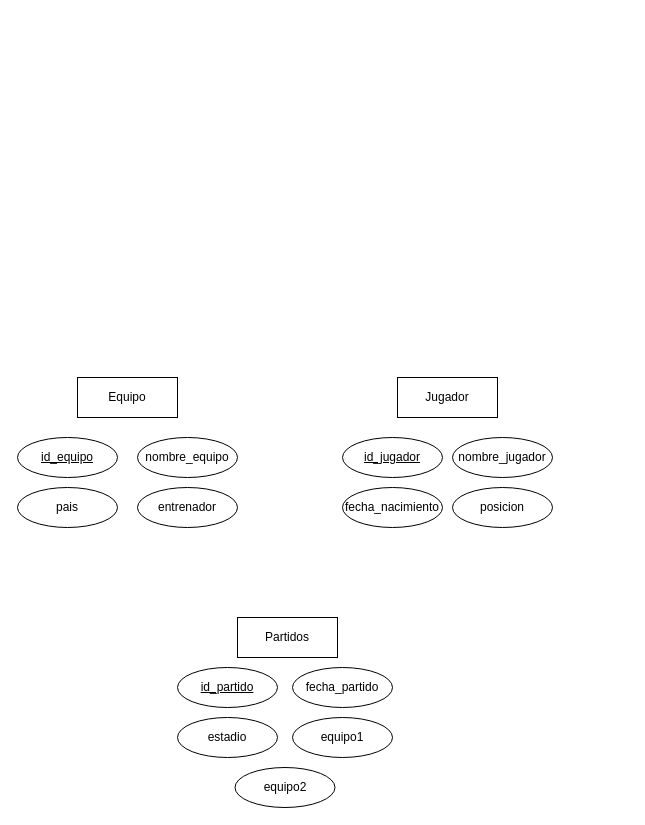
adriii28/amr-tsys-C3U12-11102023 keeps this draw.io diagram as ej10.drawio. Above is the earlier version. Source tidied: cells renumbered, new cells numbered last; positions are measured from the earlier drawing's top-left corner, leaving out a move shared by most shapes. Both pictures are drawn from the tidied source at 100%, with x=0, y=0 at pixel (17, 377).
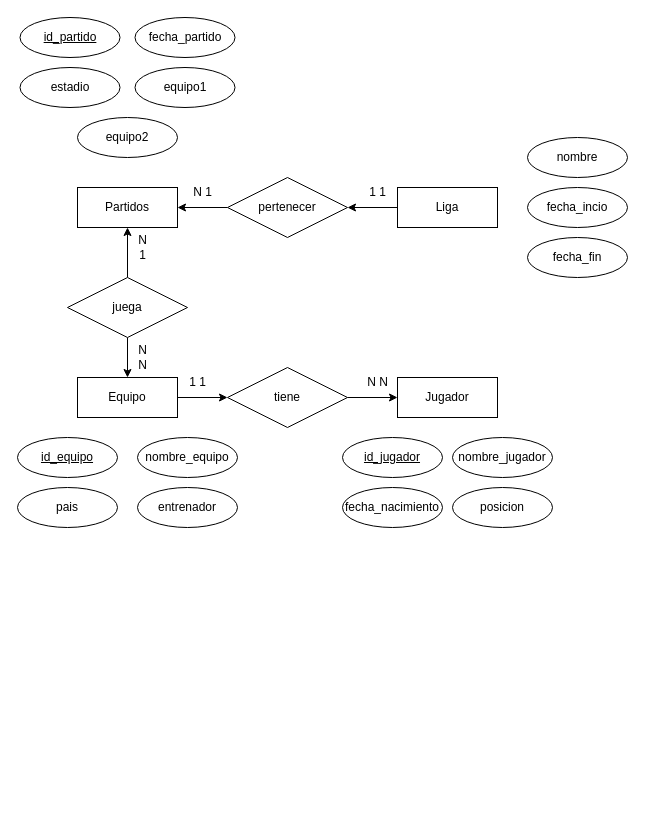
The same diagram, later.

Unchanged cells that the change refers to:
```xml
<mxCell id="2" value="Equipo" style="whiteSpace=wrap;html=1;align=center;" parent="1" vertex="1">
  <mxGeometry x="60" width="100" height="40" as="geometry" />
</mxCell>
<mxCell id="3" value="Jugador" style="whiteSpace=wrap;html=1;align=center;" parent="1" vertex="1">
  <mxGeometry x="380" width="100" height="40" as="geometry" />
</mxCell>
```

Diff of the diagram source:
```diff
@@
+    <mxCell id="18" style="edgeStyle=orthogonalEdgeStyle;rounded=0;jettySize=auto;html=1;entryX=0;entryY=0.5;entryDx=0;entryDy=0;" parent="1" edge="1" source="2" target="20">
+      <mxGeometry relative="1" as="geometry" />
+    </mxCell>
@@
     <mxCell id="4" value="Partidos" style="whiteSpace=wrap;html=1;align=center;" parent="1" vertex="1">
-      <mxGeometry x="220" y="240" width="100" height="40" as="geometry" />
+      <mxGeometry x="60" y="-190" width="100" height="40" as="geometry" />
     </mxCell>
@@
     <mxCell id="13" value="id_partido" style="ellipse;whiteSpace=wrap;html=1;align=center;fontStyle=4;" parent="1" vertex="1">
-      <mxGeometry x="160" y="290" width="100" height="40" as="geometry" />
+      <mxGeometry x="2.5" y="-360" width="100" height="40" as="geometry" />
     </mxCell>
     <mxCell id="14" value="fecha_partido" style="ellipse;whiteSpace=wrap;html=1;align=center;" parent="1" vertex="1">
-      <mxGeometry x="275" y="290" width="100" height="40" as="geometry" />
+      <mxGeometry x="117.5" y="-360" width="100" height="40" as="geometry" />
     </mxCell>
     <mxCell id="15" value="estadio" style="ellipse;whiteSpace=wrap;html=1;align=center;" parent="1" vertex="1">
-      <mxGeometry x="160" y="340" width="100" height="40" as="geometry" />
+      <mxGeometry x="2.5" y="-310" width="100" height="40" as="geometry" />
     </mxCell>
     <mxCell id="16" value="equipo1" style="ellipse;whiteSpace=wrap;html=1;align=center;" parent="1" vertex="1">
-      <mxGeometry x="275" y="340" width="100" height="40" as="geometry" />
+      <mxGeometry x="117.5" y="-310" width="100" height="40" as="geometry" />
     </mxCell>
     <mxCell id="17" value="equipo2" style="ellipse;whiteSpace=wrap;html=1;align=center;" parent="1" vertex="1">
-      <mxGeometry x="217.5" y="390" width="100" height="40" as="geometry" />
+      <mxGeometry x="60" y="-260" width="100" height="40" as="geometry" />
     </mxCell>
+    <mxCell id="19" style="edgeStyle=orthogonalEdgeStyle;rounded=0;jettySize=auto;html=1;" parent="1" edge="1" source="20" target="3">
+      <mxGeometry relative="1" as="geometry" />
+    </mxCell>
+    <mxCell id="20" value="tiene" style="shape=rhombus;perimeter=rhombusPerimeter;whiteSpace=wrap;html=1;align=center;" parent="1" vertex="1">
+      <mxGeometry x="210" y="-10" width="120" height="60" as="geometry" />
+    </mxCell>
+    <mxCell id="21" style="edgeStyle=orthogonalEdgeStyle;rounded=0;jettySize=auto;html=1;entryX=1;entryY=0.5;entryDx=0;entryDy=0;" parent="1" edge="1" source="22" target="27">
+      <mxGeometry relative="1" as="geometry" />
+    </mxCell>
+    <mxCell id="22" value="Liga" style="whiteSpace=wrap;html=1;align=center;" parent="1" vertex="1">
+      <mxGeometry x="380" y="-190" width="100" height="40" as="geometry" />
+    </mxCell>
+    <mxCell id="23" style="edgeStyle=orthogonalEdgeStyle;rounded=0;jettySize=auto;html=1;entryX=0.5;entryY=0;entryDx=0;entryDy=0;" parent="1" edge="1" source="25" target="2">
+      <mxGeometry relative="1" as="geometry" />
+    </mxCell>
+    <mxCell id="24" style="edgeStyle=orthogonalEdgeStyle;rounded=0;jettySize=auto;html=1;entryX=0.5;entryY=1;entryDx=0;entryDy=0;" parent="1" edge="1" source="25" target="4">
+      <mxGeometry relative="1" as="geometry" />
+    </mxCell>
+    <mxCell id="25" value="juega" style="shape=rhombus;perimeter=rhombusPerimeter;whiteSpace=wrap;html=1;align=center;" parent="1" vertex="1">
+      <mxGeometry x="50" y="-100" width="120" height="60" as="geometry" />
+    </mxCell>
+    <mxCell id="26" style="edgeStyle=orthogonalEdgeStyle;rounded=0;jettySize=auto;html=1;" parent="1" edge="1" source="27" target="4">
+      <mxGeometry relative="1" as="geometry" />
+    </mxCell>
+    <mxCell id="27" value="pertenecer" style="shape=rhombus;perimeter=rhombusPerimeter;whiteSpace=wrap;html=1;align=center;" parent="1" vertex="1">
+      <mxGeometry x="210" y="-200" width="120" height="60" as="geometry" />
+    </mxCell>
+    <mxCell id="28" value="nombre" style="ellipse;whiteSpace=wrap;html=1;align=center;" parent="1" vertex="1">
+      <mxGeometry x="510" y="-240" width="100" height="40" as="geometry" />
+    </mxCell>
+    <mxCell id="29" value="fecha_incio" style="ellipse;whiteSpace=wrap;html=1;align=center;" parent="1" vertex="1">
+      <mxGeometry x="510" y="-190" width="100" height="40" as="geometry" />
+    </mxCell>
+    <mxCell id="30" value="fecha_fin" style="ellipse;whiteSpace=wrap;html=1;align=center;" parent="1" vertex="1">
+      <mxGeometry x="510" y="-140" width="100" height="40" as="geometry" />
+    </mxCell>
+    <mxCell id="31" value="N N" style="text;html=1;align=center;verticalAlign=middle;strokeColor=none;fillColor=none;" parent="1" vertex="1">
+      <mxGeometry x="340" y="-10" width="40" height="30" as="geometry" />
+    </mxCell>
+    <mxCell id="32" value="1 1" style="text;html=1;align=center;verticalAlign=middle;strokeColor=none;fillColor=none;" parent="1" vertex="1">
+      <mxGeometry x="160" y="-10" width="40" height="30" as="geometry" />
+    </mxCell>
+    <mxCell id="33" value="N&lt;br&gt;1" style="text;html=1;align=center;verticalAlign=middle;strokeColor=none;fillColor=none;" parent="1" vertex="1">
+      <mxGeometry x="110" y="-150" width="30" height="40" as="geometry" />
+    </mxCell>
+    <mxCell id="34" value="N&lt;br&gt;N" style="text;html=1;align=center;verticalAlign=middle;strokeColor=none;fillColor=none;" parent="1" vertex="1">
+      <mxGeometry x="110" y="-40" width="30" height="40" as="geometry" />
+    </mxCell>
+    <mxCell id="35" value="N 1" style="text;html=1;align=center;verticalAlign=middle;strokeColor=none;fillColor=none;" parent="1" vertex="1">
+      <mxGeometry x="165" y="-200" width="40" height="30" as="geometry" />
+    </mxCell>
+    <mxCell id="36" value="1 1" style="text;html=1;align=center;verticalAlign=middle;strokeColor=none;fillColor=none;" parent="1" vertex="1">
+      <mxGeometry x="340" y="-200" width="40" height="30" as="geometry" />
+    </mxCell>
```
